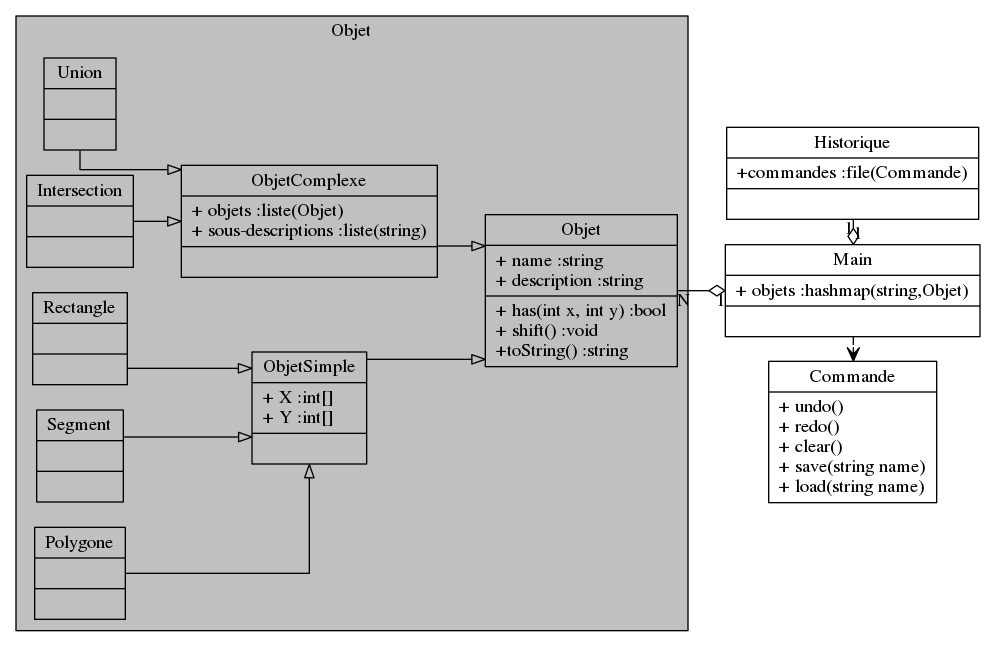
This is diag_de_classe.png from BuonOmo/tp-heritage, a Graphviz export, as it was before one commit. Its source is kept beside it as diag_de_classe.dot.
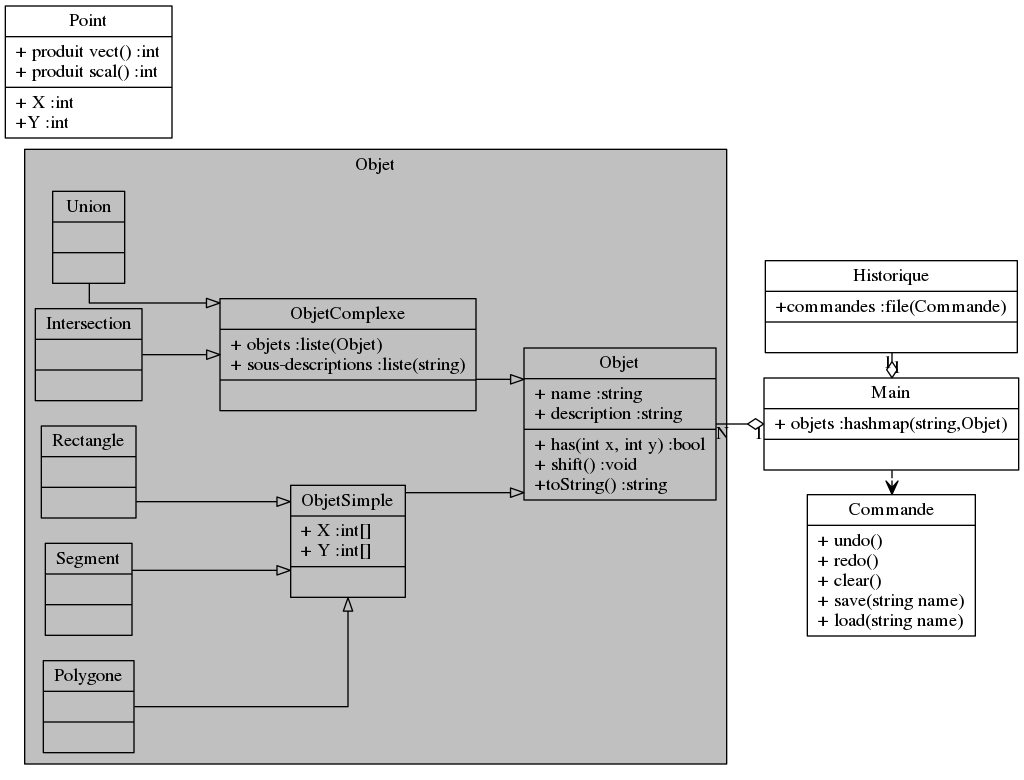
The same file after the commit.

Commit message:
modification du diagramme de classe et ajout de points

What changed in the source:
```diff
@@ -6,29 +6,30 @@
         label="Objet";
         style=filled;
         bgcolor=gray;
-        "Objet" [label="Objet|+ name :string\l+ description :string\l|+ has(int x, int y) :bool\l+ shift() :void\l+toString() :string\l", shape="record"]
+        "Objet" [label="Objet|+ name :string\l+ description :string\l|+ has(point p) :bool\l+ shift() :void\l+toString() :string\l", shape="record"]
         "Union" [label="Union||", shape="record"]
         "Intersection" [label="Intersection||", shape="record"]
-        "ObjetSimple" [label="ObjetSimple|+ X :int[]\l+ Y :int[]\l|",shape=record]
+        "ObjetSimple" [label="ObjetSimple|+ points :Point[]\l+ nombrePoints :int\l|",shape=record]
         "ObjetComplexe" [label="ObjetComplexe|+ objets :liste(Objet)\l+ sous-descriptions :liste(string)|",shape=record]
         "Rectangle" [label="Rectangle||", shape="record"]
         "Segment" [label="Segment||", shape="record"]
         "Polygone" [label="Polygone||",shape=record]
         rank = same {"Union", "Intersection", "Rectangle", "Segment"}
     }
+    "Point" [label="Point|+ produit vect() :int\l+ produit scal() :int\l|+ X :int\l+Y :int\l",shape=record]
     "Commande"  [label="Commande|+ undo()\l+ redo()\l+ clear()\l+ save(string name)\l+ load(string name)\l", shape="record"]
     "Historique" [label="Historique|+commandes :file(Commande)|", shape="record"]
     "Main" [label="Main|+ objets :hashmap(string,Objet)|", shape="record"]
     /* Relationships */
     rank = same {"Main", "Commande", "Historique"}
-    "Union" -> "ObjetComplexe" [arrowhead=empty]
-    "Intersection" -> "ObjetComplexe" [arrowhead=empty]
+    "Union"         -> "ObjetComplexe" [arrowhead=empty]
+    "Intersection"  -> "ObjetComplexe" [arrowhead=empty]
     "ObjetComplexe" -> "Objet" [arrowhead=empty]
-    "Rectangle" -> "ObjetSimple" [arrowhead=empty]
-    "Polygone" -> "ObjetSimple" [arrowhead=empty]
-    "Segment" -> "ObjetSimple" [arrowhead=empty]
-    "ObjetSimple" -> "Objet" [arrowhead=empty]
-    "Objet" -> "Main" [arrowhead=ediamond, taillabel=N, headlabel=1]
-    "Historique" -> "Main" [arrowhead=ediamond, taillabel=1, headlabel=1]
-    "Main" -> "Commande" [arrowhead=vee, style=dashed]
+    "Rectangle"     -> "ObjetSimple" [arrowhead=empty]
+    "Polygone"      -> "ObjetSimple" [arrowhead=empty]
+    "Segment"       -> "ObjetSimple" [arrowhead=empty]
+    "ObjetSimple"   -> "Objet" [arrowhead=empty]
+    "Objet"         -> "Main" [arrowhead=ediamond, taillabel=N, headlabel=1]
+    "Historique"    -> "Main" [arrowhead=ediamond, taillabel=1, headlabel=1]
+    "Main"          -> "Commande" [arrowhead=vee, style=dashed]
 }
```
